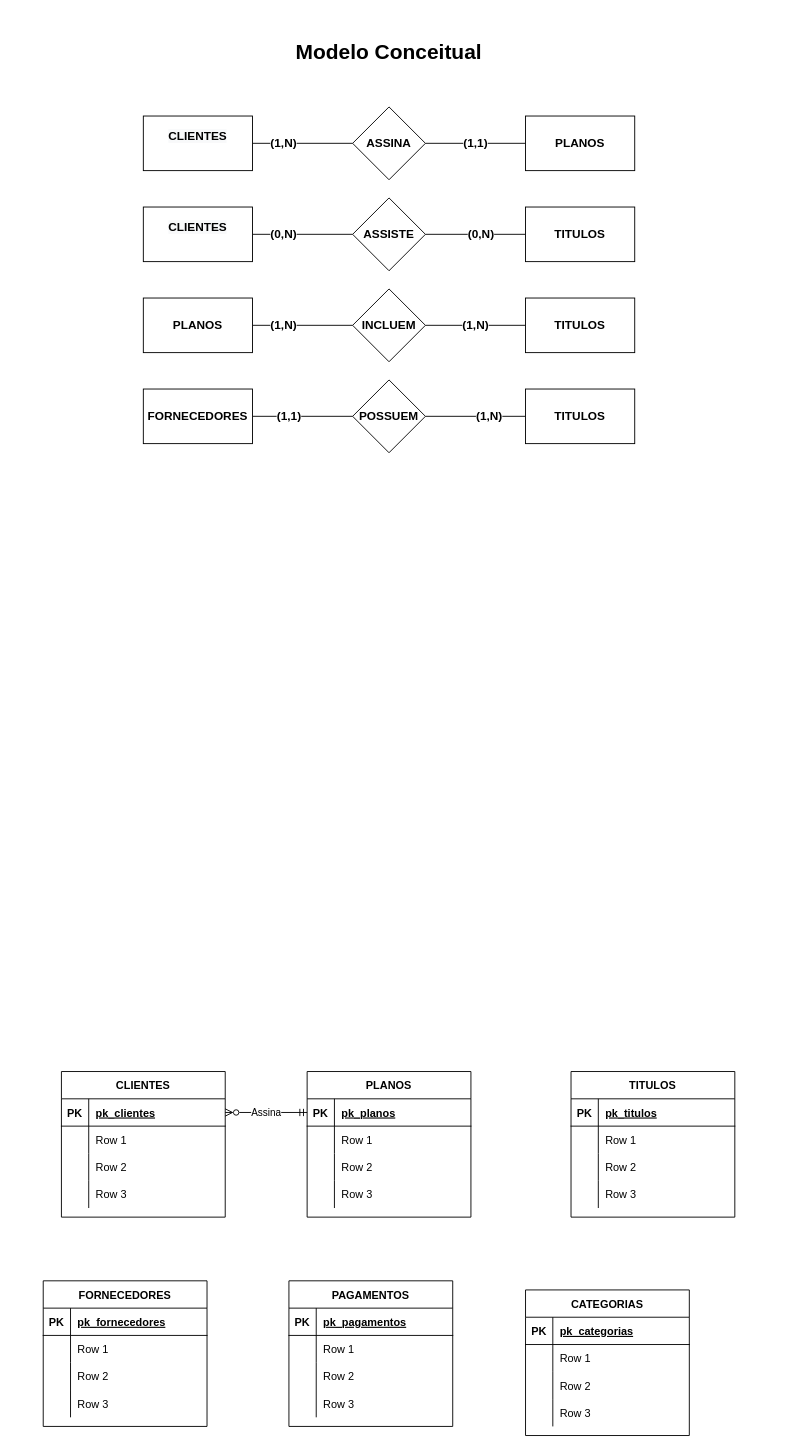
Earlier version of the draw.io diagram modelo-conceitual.drawio (fguit/FGV_BDV_AG). Source tidied: cells renumbered, new cells numbered last; positions are measured from the earlier drawing's top-left corner, leaving out a move shared by most shapes. Both pictures are drawn from the tidied source at 91%, with x=0, y=0 at pixel (43, 25).
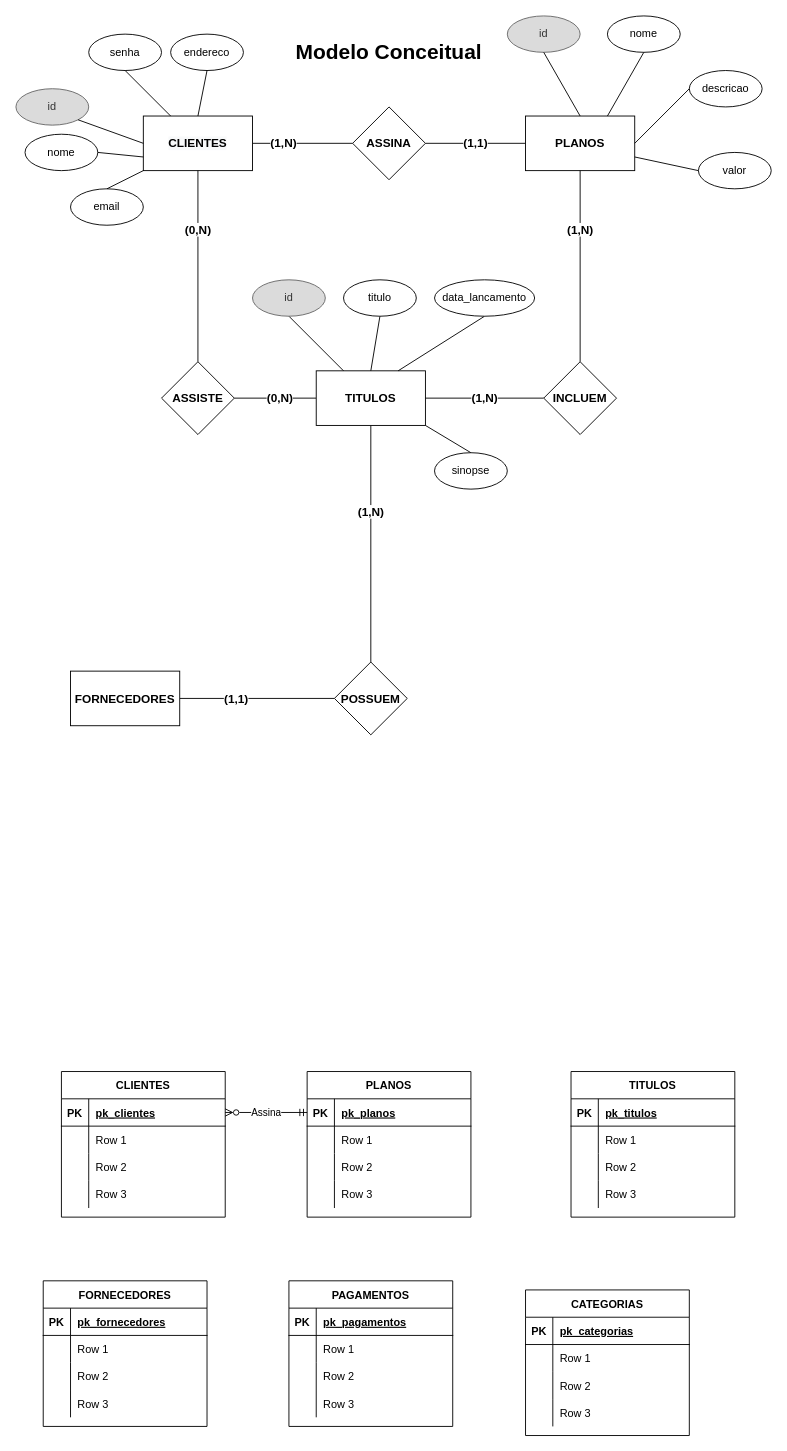
The same diagram, later.

The change refers to these unchanged cells:
```xml
<mxCell id="89" value="ASSINA" style="rhombus;whiteSpace=wrap;html=1;fillColor=default;fontSize=13;fontStyle=1;" parent="1" vertex="1">
  <mxGeometry x="340" y="90" width="80" height="80" as="geometry" />
</mxCell>
<mxCell id="90" value="PLANOS" style="rounded=0;whiteSpace=wrap;html=1;fillColor=default;fontSize=13;fontStyle=1;" parent="1" vertex="1">
  <mxGeometry x="530" y="100" width="120" height="60" as="geometry" />
</mxCell>
```

The edit, as a diff of the source:
```diff
@@
-    <mxCell id="81" value="(1,1)" style="edgeStyle=orthogonalEdgeStyle;rounded=0;jettySize=auto;html=1;exitX=1;exitY=0.5;exitDx=0;exitDy=0;entryX=0;entryY=0.5;entryDx=0;entryDy=0;startArrow=none;startFill=0;endArrow=none;endFill=0;fontSize=13;fontStyle=1;" parent="1" edge="1" source="82" target="84">
+    <mxCell id="81" value="(1,1)" style="rounded=0;jettySize=auto;html=1;exitX=1;exitY=0.5;exitDx=0;exitDy=0;entryX=0;entryY=0.5;entryDx=0;entryDy=0;startArrow=none;startFill=0;endArrow=none;endFill=0;fontSize=13;fontStyle=1;" parent="1" edge="1" source="82" target="84">
       <mxGeometry x="-0.27" relative="1" as="geometry" />
     </mxCell>
     <mxCell id="82" value="FORNECEDORES" style="rounded=0;whiteSpace=wrap;html=1;fillColor=default;fontSize=13;fontStyle=1;" parent="1" vertex="1">
-      <mxGeometry x="110" y="400" width="120" height="60" as="geometry" />
+      <mxGeometry x="30" y="710" width="120" height="60" as="geometry" />
     </mxCell>
-    <mxCell id="83" value="(1,N)" style="edgeStyle=orthogonalEdgeStyle;rounded=0;jettySize=auto;html=1;exitX=1;exitY=0.5;exitDx=0;exitDy=0;entryX=0;entryY=0.5;entryDx=0;entryDy=0;startArrow=none;startFill=0;endArrow=none;endFill=0;fontSize=13;fontStyle=1;" parent="1" edge="1" source="84" target="85">
+    <mxCell id="83" value="(1,N)" style="rounded=0;jettySize=auto;html=1;exitX=0.5;exitY=0;exitDx=0;exitDy=0;entryX=0.5;entryY=1;entryDx=0;entryDy=0;startArrow=none;startFill=0;endArrow=none;endFill=0;fontSize=13;fontStyle=1;" parent="1" edge="1" source="84" target="95">
       <mxGeometry x="0.27" relative="1" as="geometry" />
     </mxCell>
     <mxCell id="84" value="POSSUEM" style="rhombus;whiteSpace=wrap;html=1;fillColor=default;fontSize=13;fontStyle=1;" parent="1" vertex="1">
-      <mxGeometry x="340" y="390" width="80" height="80" as="geometry" />
+      <mxGeometry x="320" y="700" width="80" height="80" as="geometry" />
     </mxCell>
-    <mxCell id="85" value="TITULOS" style="rounded=0;whiteSpace=wrap;html=1;fillColor=default;fontSize=13;fontStyle=1;" parent="1" vertex="1">
-      <mxGeometry x="530" y="400" width="120" height="60" as="geometry" />
-    </mxCell>
-    <mxCell id="86" value="(1,N)" style="edgeStyle=orthogonalEdgeStyle;rounded=0;jettySize=auto;html=1;exitX=1;exitY=0.5;exitDx=0;exitDy=0;entryX=0;entryY=0.5;entryDx=0;entryDy=0;startArrow=none;startFill=0;endArrow=none;endFill=0;fontSize=13;fontStyle=1;" parent="1" edge="1" source="87" target="89">
+    <mxCell id="86" value="(1,N)" style="rounded=0;jettySize=auto;html=1;exitX=1;exitY=0.5;exitDx=0;exitDy=0;entryX=0;entryY=0.5;entryDx=0;entryDy=0;startArrow=none;startFill=0;endArrow=none;endFill=0;fontSize=13;fontStyle=1;" parent="1" edge="1" source="87" target="89">
       <mxGeometry x="-0.38" relative="1" as="geometry" />
     </mxCell>
-    <mxCell id="87" value="&#10;&lt;span style=&quot;color: rgb(0, 0, 0); font-family: Helvetica; font-size: 13px; font-style: normal; font-variant-ligatures: normal; font-variant-caps: normal; letter-spacing: normal; orphans: 2; text-align: center; text-indent: 0px; text-transform: none; widows: 2; word-spacing: 0px; -webkit-text-stroke-width: 0px; background-color: rgb(248, 249, 250); text-decoration-thickness: initial; text-decoration-style: initial; text-decoration-color: initial; float: none; display: inline !important;&quot;&gt;CLIENTES&lt;/span&gt;&#10;&#10;" style="rounded=0;whiteSpace=wrap;html=1;fillColor=default;fontSize=13;fontStyle=1;" parent="1" vertex="1">
+    <mxCell id="87" value="&lt;span style=&quot;color: rgb(0, 0, 0); font-family: Helvetica; font-size: 13px; font-style: normal; font-variant-ligatures: normal; font-variant-caps: normal; letter-spacing: normal; orphans: 2; text-align: center; text-indent: 0px; text-transform: none; widows: 2; word-spacing: 0px; -webkit-text-stroke-width: 0px; background-color: rgb(248, 249, 250); text-decoration-thickness: initial; text-decoration-style: initial; text-decoration-color: initial; float: none; display: inline !important;&quot;&gt;CLIENTES&lt;/span&gt;" style="rounded=0;whiteSpace=wrap;html=1;fillColor=default;fontSize=13;fontStyle=1;" parent="1" vertex="1">
       <mxGeometry x="110" y="100" width="120" height="60" as="geometry" />
     </mxCell>
-    <mxCell id="88" value="(1,1)" style="edgeStyle=orthogonalEdgeStyle;rounded=0;jettySize=auto;html=1;exitX=1;exitY=0.5;exitDx=0;exitDy=0;entryX=0;entryY=0.5;entryDx=0;entryDy=0;startArrow=none;startFill=0;endArrow=none;endFill=0;fontSize=13;fontStyle=1;" parent="1" edge="1" source="89" target="90">
+    <mxCell id="88" value="(1,1)" style="rounded=0;jettySize=auto;html=1;exitX=1;exitY=0.5;exitDx=0;exitDy=0;entryX=0;entryY=0.5;entryDx=0;entryDy=0;startArrow=none;startFill=0;endArrow=none;endFill=0;fontSize=13;fontStyle=1;" parent="1" edge="1" source="89" target="90">
       <mxGeometry relative="1" as="geometry" />
     </mxCell>
@@
-    <mxCell id="91" value="(0,N)" style="edgeStyle=orthogonalEdgeStyle;rounded=0;jettySize=auto;html=1;exitX=1;exitY=0.5;exitDx=0;exitDy=0;entryX=0;entryY=0.5;entryDx=0;entryDy=0;startArrow=none;startFill=0;endArrow=none;endFill=0;fontSize=13;fontStyle=1;" parent="1" edge="1" source="92" target="94">
-      <mxGeometry x="-0.38" relative="1" as="geometry">
-        <Array as="points">
-          <mxPoint x="260" y="230" />
-          <mxPoint x="260" y="230" />
-        </Array>
-      </mxGeometry>
+    <mxCell id="91" value="(0,N)" style="rounded=0;jettySize=auto;html=1;exitX=0.5;exitY=1;exitDx=0;exitDy=0;entryX=0.5;entryY=0;entryDx=0;entryDy=0;startArrow=none;startFill=0;endArrow=none;endFill=0;fontSize=13;fontStyle=1;" parent="1" edge="1" source="87" target="94">
+      <mxGeometry x="-0.38" relative="1" as="geometry" />
     </mxCell>
-    <mxCell id="92" value="&#10;&lt;span style=&quot;color: rgb(0, 0, 0); font-family: Helvetica; font-size: 13px; font-style: normal; font-variant-ligatures: normal; font-variant-caps: normal; letter-spacing: normal; orphans: 2; text-align: center; text-indent: 0px; text-transform: none; widows: 2; word-spacing: 0px; -webkit-text-stroke-width: 0px; background-color: rgb(248, 249, 250); text-decoration-thickness: initial; text-decoration-style: initial; text-decoration-color: initial; float: none; display: inline !important;&quot;&gt;CLIENTES&lt;/span&gt;&#10;&#10;" style="rounded=0;whiteSpace=wrap;html=1;fillColor=default;fontSize=13;fontStyle=1;" parent="1" vertex="1">
-      <mxGeometry x="110" y="200" width="120" height="60" as="geometry" />
-    </mxCell>
-    <mxCell id="93" value="(0,N)" style="edgeStyle=orthogonalEdgeStyle;rounded=0;jettySize=auto;html=1;exitX=1;exitY=0.5;exitDx=0;exitDy=0;entryX=0;entryY=0.5;entryDx=0;entryDy=0;startArrow=none;startFill=0;endArrow=none;endFill=0;fontSize=13;fontStyle=1;" parent="1" edge="1" source="94" target="95">
+    <mxCell id="93" value="(0,N)" style="rounded=0;jettySize=auto;html=1;exitX=1;exitY=0.5;exitDx=0;exitDy=0;entryX=0;entryY=0.5;entryDx=0;entryDy=0;startArrow=none;startFill=0;endArrow=none;endFill=0;fontSize=13;fontStyle=1;" parent="1" edge="1" source="94" target="95">
       <mxGeometry x="0.11" relative="1" as="geometry" />
     </mxCell>
     <mxCell id="94" value="ASSISTE" style="rhombus;whiteSpace=wrap;html=1;fillColor=default;fontSize=13;fontStyle=1;" parent="1" vertex="1">
-      <mxGeometry x="340" y="190" width="80" height="80" as="geometry" />
+      <mxGeometry x="130" y="370" width="80" height="80" as="geometry" />
     </mxCell>
     <mxCell id="95" value="TITULOS" style="rounded=0;whiteSpace=wrap;html=1;fillColor=default;fontSize=13;fontStyle=1;" parent="1" vertex="1">
-      <mxGeometry x="530" y="200" width="120" height="60" as="geometry" />
+      <mxGeometry x="300" y="380" width="120" height="60" as="geometry" />
     </mxCell>
-    <mxCell id="96" value="(1,N)" style="edgeStyle=orthogonalEdgeStyle;rounded=0;jettySize=auto;html=1;exitX=1;exitY=0.5;exitDx=0;exitDy=0;entryX=0;entryY=0.5;entryDx=0;entryDy=0;startArrow=none;startFill=0;endArrow=none;endFill=0;fontSize=13;fontStyle=1;" parent="1" edge="1" source="97" target="99">
+    <mxCell id="96" value="(1,N)" style="rounded=0;jettySize=auto;html=1;exitX=0.5;exitY=1;exitDx=0;exitDy=0;startArrow=none;startFill=0;endArrow=none;endFill=0;fontSize=13;fontStyle=1;" parent="1" edge="1" source="90" target="99">
       <mxGeometry x="-0.38" relative="1" as="geometry" />
     </mxCell>
-    <mxCell id="97" value="PLANOS" style="rounded=0;whiteSpace=wrap;html=1;fillColor=default;fontSize=13;fontStyle=1;" parent="1" vertex="1">
-      <mxGeometry x="110" y="300" width="120" height="60" as="geometry" />
-    </mxCell>
-    <mxCell id="98" value="(1,N)" style="edgeStyle=orthogonalEdgeStyle;rounded=0;jettySize=auto;html=1;exitX=1;exitY=0.5;exitDx=0;exitDy=0;entryX=0;entryY=0.5;entryDx=0;entryDy=0;startArrow=none;startFill=0;endArrow=none;endFill=0;fontSize=13;fontStyle=1;" parent="1" edge="1" source="99" target="100">
+    <mxCell id="98" value="(1,N)" style="rounded=0;jettySize=auto;html=1;exitX=0;exitY=0.5;exitDx=0;exitDy=0;entryX=1;entryY=0.5;entryDx=0;entryDy=0;startArrow=none;startFill=0;endArrow=none;endFill=0;fontSize=13;fontStyle=1;" parent="1" edge="1" source="99" target="95">
       <mxGeometry relative="1" as="geometry" />
     </mxCell>
     <mxCell id="99" value="INCLUEM" style="rhombus;whiteSpace=wrap;html=1;fillColor=default;fontSize=13;fontStyle=1;" parent="1" vertex="1">
-      <mxGeometry x="340" y="290" width="80" height="80" as="geometry" />
+      <mxGeometry x="550" y="370" width="80" height="80" as="geometry" />
     </mxCell>
-    <mxCell id="100" value="TITULOS" style="rounded=0;whiteSpace=wrap;html=1;fillColor=default;fontSize=13;fontStyle=1;" parent="1" vertex="1">
-      <mxGeometry x="530" y="300" width="120" height="60" as="geometry" />
-    </mxCell>
@@
+    <mxCell id="102" value="id" style="ellipse;whiteSpace=wrap;html=1;fillColor=#DBDBDB;fontColor=#333333;strokeColor=#666666;" parent="1" vertex="1">
+      <mxGeometry x="-30" y="70" width="80" height="40" as="geometry" />
+    </mxCell>
+    <mxCell id="103" value="nome" style="ellipse;whiteSpace=wrap;html=1;" parent="1" vertex="1">
+      <mxGeometry x="-20" y="120" width="80" height="40" as="geometry" />
+    </mxCell>
+    <mxCell id="104" value="email" style="ellipse;whiteSpace=wrap;html=1;" parent="1" vertex="1">
+      <mxGeometry x="30" y="180" width="80" height="40" as="geometry" />
+    </mxCell>
+    <mxCell id="105" value="senha" style="ellipse;whiteSpace=wrap;html=1;" parent="1" vertex="1">
+      <mxGeometry x="50" y="10" width="80" height="40" as="geometry" />
+    </mxCell>
+    <mxCell id="106" value="endereco" style="ellipse;whiteSpace=wrap;html=1;" parent="1" vertex="1">
+      <mxGeometry x="140" y="10" width="80" height="40" as="geometry" />
+    </mxCell>
+    <mxCell id="107" style="rounded=0;jettySize=auto;html=1;exitX=1;exitY=0.5;exitDx=0;exitDy=0;startArrow=none;startFill=0;endArrow=none;endFill=0;fontSize=13;fontStyle=1;entryX=0;entryY=0.75;entryDx=0;entryDy=0;" parent="1" edge="1" source="103" target="87">
+      <mxGeometry x="-0.38" relative="1" as="geometry" />
+    </mxCell>
+    <mxCell id="108" style="rounded=0;jettySize=auto;html=1;exitX=0.5;exitY=0;exitDx=0;exitDy=0;startArrow=none;startFill=0;endArrow=none;endFill=0;fontSize=13;fontStyle=1;entryX=0;entryY=1;entryDx=0;entryDy=0;" parent="1" edge="1" source="104" target="87">
+      <mxGeometry x="-0.38" relative="1" as="geometry" />
+    </mxCell>
+    <mxCell id="109" style="rounded=0;jettySize=auto;html=1;exitX=1;exitY=1;exitDx=0;exitDy=0;startArrow=none;startFill=0;endArrow=none;endFill=0;fontSize=13;fontStyle=1;entryX=0;entryY=0.5;entryDx=0;entryDy=0;" parent="1" edge="1" source="102" target="87">
+      <mxGeometry x="-0.38" relative="1" as="geometry" />
+    </mxCell>
+    <mxCell id="110" style="rounded=0;jettySize=auto;html=1;exitX=0.5;exitY=0;exitDx=0;exitDy=0;startArrow=none;startFill=0;endArrow=none;endFill=0;fontSize=13;fontStyle=1;entryX=0.5;entryY=1;entryDx=0;entryDy=0;" parent="1" edge="1" source="87" target="106">
+      <mxGeometry x="-0.38" relative="1" as="geometry" />
+    </mxCell>
+    <mxCell id="111" style="rounded=0;jettySize=auto;html=1;exitX=0.5;exitY=1;exitDx=0;exitDy=0;startArrow=none;startFill=0;endArrow=none;endFill=0;fontSize=13;fontStyle=1;" parent="1" edge="1" source="105" target="87">
+      <mxGeometry x="-0.38" relative="1" as="geometry" />
+    </mxCell>
+    <mxCell id="112" value="id" style="ellipse;whiteSpace=wrap;html=1;fillColor=#DBDBDB;fontColor=#333333;strokeColor=#666666;" parent="1" vertex="1">
+      <mxGeometry x="510" y="-10" width="80" height="40" as="geometry" />
+    </mxCell>
+    <mxCell id="113" value="nome" style="ellipse;whiteSpace=wrap;html=1;" parent="1" vertex="1">
+      <mxGeometry x="620" y="-10" width="80" height="40" as="geometry" />
+    </mxCell>
+    <mxCell id="114" value="descricao" style="ellipse;whiteSpace=wrap;html=1;" parent="1" vertex="1">
+      <mxGeometry x="710" y="50" width="80" height="40" as="geometry" />
+    </mxCell>
+    <mxCell id="115" value="valor" style="ellipse;whiteSpace=wrap;html=1;" parent="1" vertex="1">
+      <mxGeometry x="720" y="140" width="80" height="40" as="geometry" />
+    </mxCell>
+    <mxCell id="116" style="rounded=0;jettySize=auto;html=1;exitX=0.5;exitY=0;exitDx=0;exitDy=0;startArrow=none;startFill=0;endArrow=none;endFill=0;fontSize=13;fontStyle=1;entryX=0.5;entryY=1;entryDx=0;entryDy=0;" parent="1" edge="1" source="90" target="112">
+      <mxGeometry x="-0.38" relative="1" as="geometry" />
+    </mxCell>
+    <mxCell id="117" style="rounded=0;jettySize=auto;html=1;exitX=0.75;exitY=0;exitDx=0;exitDy=0;startArrow=none;startFill=0;endArrow=none;endFill=0;fontSize=13;fontStyle=1;entryX=0.5;entryY=1;entryDx=0;entryDy=0;" parent="1" edge="1" source="90" target="113">
+      <mxGeometry x="-0.38" relative="1" as="geometry" />
+    </mxCell>
+    <mxCell id="118" style="rounded=0;jettySize=auto;html=1;exitX=1;exitY=0.5;exitDx=0;exitDy=0;startArrow=none;startFill=0;endArrow=none;endFill=0;fontSize=13;fontStyle=1;entryX=0;entryY=0.5;entryDx=0;entryDy=0;" parent="1" edge="1" source="90" target="114">
+      <mxGeometry x="-0.38" relative="1" as="geometry" />
+    </mxCell>
+    <mxCell id="119" style="rounded=0;jettySize=auto;html=1;exitX=1;exitY=0.75;exitDx=0;exitDy=0;startArrow=none;startFill=0;endArrow=none;endFill=0;fontSize=13;fontStyle=1;entryX=0;entryY=0.5;entryDx=0;entryDy=0;" parent="1" edge="1" source="90" target="115">
+      <mxGeometry x="-0.38" relative="1" as="geometry" />
+    </mxCell>
+    <mxCell id="120" style="rounded=0;jettySize=auto;html=1;exitX=0.25;exitY=0;exitDx=0;exitDy=0;startArrow=none;startFill=0;endArrow=none;endFill=0;fontSize=13;fontStyle=1;entryX=0.5;entryY=1;entryDx=0;entryDy=0;" parent="1" edge="1" source="95" target="124">
+      <mxGeometry x="-0.38" relative="1" as="geometry" />
+    </mxCell>
+    <mxCell id="121" style="rounded=0;jettySize=auto;html=1;exitX=0.5;exitY=0;exitDx=0;exitDy=0;startArrow=none;startFill=0;endArrow=none;endFill=0;fontSize=13;fontStyle=1;entryX=0.5;entryY=1;entryDx=0;entryDy=0;" parent="1" edge="1" source="95" target="125">
+      <mxGeometry x="-0.38" relative="1" as="geometry" />
+    </mxCell>
+    <mxCell id="122" style="rounded=0;jettySize=auto;html=1;exitX=0.75;exitY=0;exitDx=0;exitDy=0;startArrow=none;startFill=0;endArrow=none;endFill=0;fontSize=13;fontStyle=1;entryX=0.5;entryY=1;entryDx=0;entryDy=0;" parent="1" edge="1" source="95" target="126">
+      <mxGeometry x="-0.38" relative="1" as="geometry" />
+    </mxCell>
+    <mxCell id="123" style="rounded=0;jettySize=auto;html=1;exitX=0.5;exitY=0;exitDx=0;exitDy=0;startArrow=none;startFill=0;endArrow=none;endFill=0;fontSize=13;fontStyle=1;entryX=1;entryY=1;entryDx=0;entryDy=0;" parent="1" edge="1" source="127" target="95">
+      <mxGeometry x="-0.38" relative="1" as="geometry" />
+    </mxCell>
+    <mxCell id="124" value="id" style="ellipse;whiteSpace=wrap;html=1;fillColor=#DBDBDB;fontColor=#333333;strokeColor=#666666;" parent="1" vertex="1">
+      <mxGeometry x="230" y="280" width="80" height="40" as="geometry" />
+    </mxCell>
+    <mxCell id="125" value="titulo" style="ellipse;whiteSpace=wrap;html=1;" parent="1" vertex="1">
+      <mxGeometry x="330" y="280" width="80" height="40" as="geometry" />
+    </mxCell>
+    <mxCell id="126" value="data_lancamento" style="ellipse;whiteSpace=wrap;html=1;" parent="1" vertex="1">
+      <mxGeometry x="430" y="280" width="110" height="40" as="geometry" />
+    </mxCell>
+    <mxCell id="127" value="sinopse" style="ellipse;whiteSpace=wrap;html=1;" parent="1" vertex="1">
+      <mxGeometry x="430" y="470" width="80" height="40" as="geometry" />
+    </mxCell>
```
